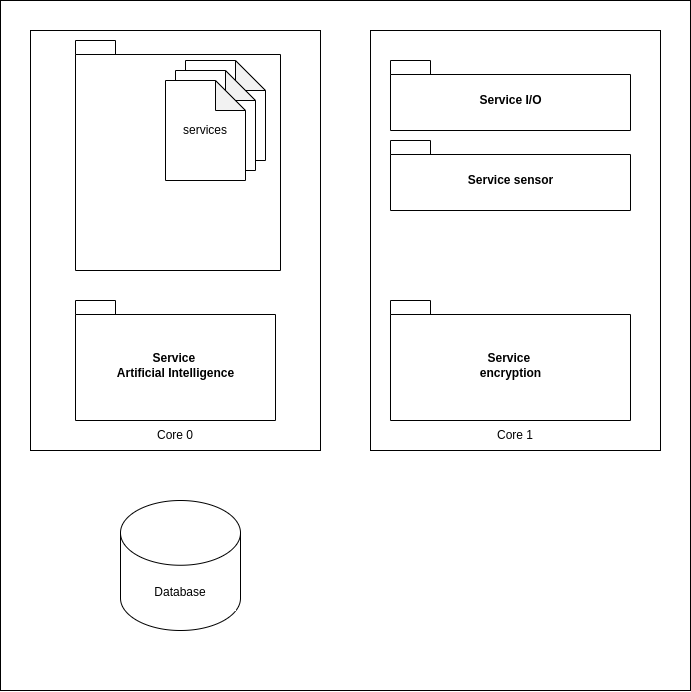
Before: 02_Architecture_Modelisation/images/deployment_diagram.png, a diagram exported from draw.io (KureciPlatek/Project_BacaSable). Source tidied: cells renumbered, new cells last; positions are measured from the earlier drawing's top-left corner, leaving out a move shared by most shapes. Its diagram source:
```xml
<mxGraphModel>
  <root>
    <mxCell id="0" />
    <mxCell id="1" parent="0" />
    <mxCell id="2" style="whiteSpace=wrap;html=1;" parent="1" vertex="1">
      <mxGeometry width="690" height="690" as="geometry" />
    </mxCell>
    <mxCell id="3" style="group;" parent="1" vertex="1">
      <mxGeometry x="370" y="30" width="290" height="420" as="geometry" />
    </mxCell>
    <mxCell id="4" value="&lt;br&gt;&lt;br&gt;&lt;br&gt;&lt;br&gt;&lt;br&gt;&lt;br&gt;&lt;br&gt;&lt;br&gt;&lt;br&gt;&lt;br&gt;&lt;br&gt;&lt;br&gt;&lt;br&gt;&lt;br&gt;&lt;br&gt;&lt;br&gt;&lt;br&gt;&lt;br&gt;&lt;br&gt;&lt;br&gt;&lt;br&gt;&lt;br&gt;&lt;br&gt;&lt;br&gt;&lt;br&gt;&lt;br&gt;&lt;br&gt;Core 1" style="rounded=0;whiteSpace=wrap;html=1;" parent="3" vertex="1">
      <mxGeometry width="290" height="420" as="geometry" />
    </mxCell>
    <mxCell id="5" value="Service I/O" style="shape=folder;fontStyle=1;spacingTop=10;tabWidth=40;tabHeight=14;tabPosition=left;html=1;" parent="3" vertex="1">
      <mxGeometry x="20" y="30" width="240" height="70" as="geometry" />
    </mxCell>
    <mxCell id="6" value="Service sensor" style="shape=folder;fontStyle=1;spacingTop=10;tabWidth=40;tabHeight=14;tabPosition=left;html=1;" parent="3" vertex="1">
      <mxGeometry x="20" y="110" width="240" height="70" as="geometry" />
    </mxCell>
    <mxCell id="7" value="Service &lt;br&gt;encryption" style="shape=folder;fontStyle=1;spacingTop=10;tabWidth=40;tabHeight=14;tabPosition=left;html=1;" parent="3" vertex="1">
      <mxGeometry x="20" y="270" width="240" height="120" as="geometry" />
    </mxCell>
    <mxCell id="8" style="group;" parent="1" vertex="1">
      <mxGeometry x="30" y="30" width="645" height="640" as="geometry" />
    </mxCell>
    <mxCell id="9" value="&lt;br&gt;&lt;br&gt;&lt;br&gt;&lt;br&gt;&lt;br&gt;&lt;br&gt;&lt;br&gt;&lt;br&gt;&lt;br&gt;&lt;br&gt;&lt;br&gt;&lt;br&gt;&lt;br&gt;&lt;br&gt;&lt;br&gt;&lt;br&gt;&lt;br&gt;&lt;br&gt;&lt;br&gt;&lt;br&gt;&lt;br&gt;&lt;br&gt;&lt;br&gt;&lt;br&gt;&lt;br&gt;&lt;br&gt;&lt;br&gt;Core 0" style="rounded=0;whiteSpace=wrap;html=1;" parent="8" vertex="1">
      <mxGeometry width="290" height="420" as="geometry" />
    </mxCell>
    <mxCell id="10" value="Service &lt;br&gt;Artificial Intelligence" style="shape=folder;fontStyle=1;spacingTop=10;tabWidth=40;tabHeight=14;tabPosition=left;html=1;" parent="8" vertex="1">
      <mxGeometry x="45" y="270" width="200" height="120" as="geometry" />
    </mxCell>
    <mxCell id="11" value="&#10;&#10;&#10;&#10;&#10;&#10;&#10;" style="group;" parent="8" vertex="1">
      <mxGeometry x="45" y="10" width="600" height="630" as="geometry" />
    </mxCell>
    <mxCell id="12" style="group;" parent="11" vertex="1">
      <mxGeometry width="205" height="230" as="geometry" />
    </mxCell>
    <mxCell id="13" style="shape=folder;fontStyle=1;spacingTop=10;tabWidth=40;tabHeight=14;tabPosition=left;html=1;" parent="12" vertex="1">
      <mxGeometry width="205" height="230" as="geometry" />
    </mxCell>
    <mxCell id="14" style="shape=note;whiteSpace=wrap;html=1;backgroundOutline=1;darkOpacity=0.05;" parent="12" vertex="1">
      <mxGeometry x="110" y="20" width="80" height="100" as="geometry" />
    </mxCell>
    <mxCell id="15" style="shape=note;whiteSpace=wrap;html=1;backgroundOutline=1;darkOpacity=0.05;" parent="12" vertex="1">
      <mxGeometry x="100" y="30" width="80" height="100" as="geometry" />
    </mxCell>
    <mxCell id="16" value="services" style="shape=note;whiteSpace=wrap;html=1;backgroundOutline=1;darkOpacity=0.05;" parent="12" vertex="1">
      <mxGeometry x="90" y="40" width="80" height="100" as="geometry" />
    </mxCell>
    <mxCell id="17" value="Database" style="shape=cylinder3;whiteSpace=wrap;html=1;boundedLbl=1;backgroundOutline=1;size=32.380952380952294;" parent="1" vertex="1">
      <mxGeometry x="120" y="500" width="120" height="130" as="geometry" />
    </mxCell>
  </root>
</mxGraphModel>
```
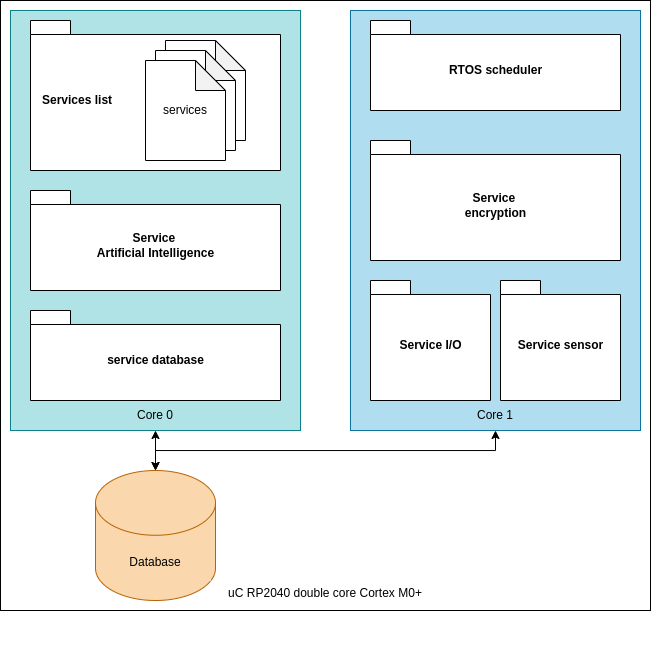
Above is the later version.

Commit message:
Added deployment view diagram

Deployment diagram added in earlier phase of project to have an
idea how is the infrastructure and help design the rest of the
architecture. HIGH chances of modifications in the future

Change to the diagram source:
```diff
@@ -2,42 +2,45 @@
   <root>
     <mxCell id="0" />
     <mxCell id="1" parent="0" />
-    <mxCell id="2" style="whiteSpace=wrap;html=1;" parent="1" vertex="1">
-      <mxGeometry width="690" height="690" as="geometry" />
-    </mxCell>
+    <mxCell id="18" value="&lt;br&gt;&lt;br&gt;&lt;br&gt;&lt;br&gt;&lt;br&gt;&lt;br&gt;&lt;br&gt;&lt;br&gt;&lt;br&gt;&lt;br&gt;&lt;br&gt;&lt;br&gt;&lt;br&gt;&lt;br&gt;&lt;br&gt;&lt;br&gt;&lt;br&gt;&lt;br&gt;&lt;br&gt;&lt;br&gt;&lt;br&gt;&lt;br&gt;&lt;br&gt;&lt;br&gt;&lt;br&gt;&lt;br&gt;&lt;br&gt;&lt;br&gt;&lt;br&gt;&lt;br&gt;&lt;br&gt;&lt;br&gt;&lt;br&gt;&lt;br&gt;&lt;br&gt;&lt;br&gt;&lt;br&gt;&lt;br&gt;&lt;br&gt;&lt;br&gt;uC RP2040 double core Cortex M0+" style="rounded=0;whiteSpace=wrap;html=1;" parent="1" vertex="1">
+      <mxGeometry x="20" y="20" width="650" height="610" as="geometry" />
+    </mxCell>
-    <mxCell id="3" style="group;" parent="1" vertex="1">
+    <mxCell id="3" style="group;fillColor=#b1ddf0;strokeColor=#10739e;" parent="1" vertex="1">
       <mxGeometry x="370" y="30" width="290" height="420" as="geometry" />
     </mxCell>
-    <mxCell id="4" value="&lt;br&gt;&lt;br&gt;&lt;br&gt;&lt;br&gt;&lt;br&gt;&lt;br&gt;&lt;br&gt;&lt;br&gt;&lt;br&gt;&lt;br&gt;&lt;br&gt;&lt;br&gt;&lt;br&gt;&lt;br&gt;&lt;br&gt;&lt;br&gt;&lt;br&gt;&lt;br&gt;&lt;br&gt;&lt;br&gt;&lt;br&gt;&lt;br&gt;&lt;br&gt;&lt;br&gt;&lt;br&gt;&lt;br&gt;&lt;br&gt;Core 1" style="rounded=0;whiteSpace=wrap;html=1;" parent="3" vertex="1">
+    <mxCell id="4" value="&lt;br&gt;&lt;br&gt;&lt;br&gt;&lt;br&gt;&lt;br&gt;&lt;br&gt;&lt;br&gt;&lt;br&gt;&lt;br&gt;&lt;br&gt;&lt;br&gt;&lt;br&gt;&lt;br&gt;&lt;br&gt;&lt;br&gt;&lt;br&gt;&lt;br&gt;&lt;br&gt;&lt;br&gt;&lt;br&gt;&lt;br&gt;&lt;br&gt;&lt;br&gt;&lt;br&gt;&lt;br&gt;&lt;br&gt;&lt;br&gt;Core 1" style="rounded=0;whiteSpace=wrap;html=1;fillColor=#b1ddf0;strokeColor=#10739e;" parent="3" vertex="1">
       <mxGeometry width="290" height="420" as="geometry" />
     </mxCell>
     <mxCell id="5" value="Service I/O" style="shape=folder;fontStyle=1;spacingTop=10;tabWidth=40;tabHeight=14;tabPosition=left;html=1;" parent="3" vertex="1">
-      <mxGeometry x="20" y="30" width="240" height="70" as="geometry" />
+      <mxGeometry x="20" y="270" width="120" height="120" as="geometry" />
     </mxCell>
     <mxCell id="6" value="Service sensor" style="shape=folder;fontStyle=1;spacingTop=10;tabWidth=40;tabHeight=14;tabPosition=left;html=1;" parent="3" vertex="1">
-      <mxGeometry x="20" y="110" width="240" height="70" as="geometry" />
+      <mxGeometry x="150" y="270" width="120" height="120" as="geometry" />
     </mxCell>
     <mxCell id="7" value="Service &lt;br&gt;encryption" style="shape=folder;fontStyle=1;spacingTop=10;tabWidth=40;tabHeight=14;tabPosition=left;html=1;" parent="3" vertex="1">
-      <mxGeometry x="20" y="270" width="240" height="120" as="geometry" />
+      <mxGeometry x="20" y="130" width="250" height="120" as="geometry" />
     </mxCell>
+    <mxCell id="19" value="RTOS scheduler" style="shape=folder;fontStyle=1;spacingTop=10;tabWidth=40;tabHeight=14;tabPosition=left;html=1;" parent="3" vertex="1">
+      <mxGeometry x="20" y="10" width="250" height="90" as="geometry" />
+    </mxCell>
     <mxCell id="8" style="group;" parent="1" vertex="1">
       <mxGeometry x="30" y="30" width="645" height="640" as="geometry" />
     </mxCell>
-    <mxCell id="9" value="&lt;br&gt;&lt;br&gt;&lt;br&gt;&lt;br&gt;&lt;br&gt;&lt;br&gt;&lt;br&gt;&lt;br&gt;&lt;br&gt;&lt;br&gt;&lt;br&gt;&lt;br&gt;&lt;br&gt;&lt;br&gt;&lt;br&gt;&lt;br&gt;&lt;br&gt;&lt;br&gt;&lt;br&gt;&lt;br&gt;&lt;br&gt;&lt;br&gt;&lt;br&gt;&lt;br&gt;&lt;br&gt;&lt;br&gt;&lt;br&gt;Core 0" style="rounded=0;whiteSpace=wrap;html=1;" parent="8" vertex="1">
+    <mxCell id="9" value="&lt;br&gt;&lt;br&gt;&lt;br&gt;&lt;br&gt;&lt;br&gt;&lt;br&gt;&lt;br&gt;&lt;br&gt;&lt;br&gt;&lt;br&gt;&lt;br&gt;&lt;br&gt;&lt;br&gt;&lt;br&gt;&lt;br&gt;&lt;br&gt;&lt;br&gt;&lt;br&gt;&lt;br&gt;&lt;br&gt;&lt;br&gt;&lt;br&gt;&lt;br&gt;&lt;br&gt;&lt;br&gt;&lt;br&gt;&lt;br&gt;Core 0" style="rounded=0;whiteSpace=wrap;html=1;fillColor=#b0e3e6;strokeColor=#0e8088;" parent="8" vertex="1">
       <mxGeometry width="290" height="420" as="geometry" />
     </mxCell>
+    <mxCell id="13" value="&amp;nbsp; &amp;nbsp;Services list&amp;nbsp; &amp;nbsp; &amp;nbsp; &amp;nbsp; &amp;nbsp; &amp;nbsp; &amp;nbsp; &amp;nbsp; &amp;nbsp; &amp;nbsp; &amp;nbsp; &amp;nbsp; &amp;nbsp; &amp;nbsp; &amp;nbsp; &amp;nbsp; &amp;nbsp;" style="shape=folder;fontStyle=1;spacingTop=10;tabWidth=40;tabHeight=14;tabPosition=left;html=1;align=left;" parent="8" vertex="1">
+      <mxGeometry x="20" y="10" width="250" height="150" as="geometry" />
+    </mxCell>
     <mxCell id="10" value="Service &lt;br&gt;Artificial Intelligence" style="shape=folder;fontStyle=1;spacingTop=10;tabWidth=40;tabHeight=14;tabPosition=left;html=1;" parent="8" vertex="1">
-      <mxGeometry x="45" y="270" width="200" height="120" as="geometry" />
+      <mxGeometry x="20" y="180" width="250" height="100" as="geometry" />
     </mxCell>
     <mxCell id="11" value="&#10;&#10;&#10;&#10;&#10;&#10;&#10;" style="group;" parent="8" vertex="1">
       <mxGeometry x="45" y="10" width="600" height="630" as="geometry" />
     </mxCell>
     <mxCell id="12" style="group;" parent="11" vertex="1">
-      <mxGeometry width="205" height="230" as="geometry" />
+      <mxGeometry width="230" height="230" as="geometry" />
     </mxCell>
-    <mxCell id="13" style="shape=folder;fontStyle=1;spacingTop=10;tabWidth=40;tabHeight=14;tabPosition=left;html=1;" parent="12" vertex="1">
-      <mxGeometry width="205" height="230" as="geometry" />
-    </mxCell>
     <mxCell id="14" style="shape=note;whiteSpace=wrap;html=1;backgroundOutline=1;darkOpacity=0.05;" parent="12" vertex="1">
       <mxGeometry x="110" y="20" width="80" height="100" as="geometry" />
     </mxCell>
@@ -47,8 +50,17 @@
     <mxCell id="16" value="services" style="shape=note;whiteSpace=wrap;html=1;backgroundOutline=1;darkOpacity=0.05;" parent="12" vertex="1">
       <mxGeometry x="90" y="40" width="80" height="100" as="geometry" />
     </mxCell>
+    <mxCell id="20" value="service database" style="shape=folder;fontStyle=1;spacingTop=10;tabWidth=40;tabHeight=14;tabPosition=left;html=1;" parent="8" vertex="1">
+      <mxGeometry x="20" y="300" width="250" height="90" as="geometry" />
+    </mxCell>
-    <mxCell id="17" value="Database" style="shape=cylinder3;whiteSpace=wrap;html=1;boundedLbl=1;backgroundOutline=1;size=32.380952380952294;" parent="1" vertex="1">
-      <mxGeometry x="120" y="500" width="120" height="130" as="geometry" />
+    <mxCell id="17" value="Database" style="shape=cylinder3;whiteSpace=wrap;html=1;boundedLbl=1;backgroundOutline=1;size=32.380952380952294;fillColor=#fad7ac;strokeColor=#b46504;" parent="1" vertex="1">
+      <mxGeometry x="115" y="490" width="120" height="130" as="geometry" />
     </mxCell>
+    <mxCell id="21" style="endArrow=classic;html=1;rounded=0;exitX=0.5;exitY=1;exitDx=0;exitDy=0;entryX=0.5;entryY=0;entryDx=0;entryDy=0;entryPerimeter=0;edgeStyle=orthogonalEdgeStyle;startArrow=classic;startFill=1;" parent="1" edge="1" source="9" target="17">
+      <mxGeometry relative="1" as="geometry" />
+    </mxCell>
+    <mxCell id="22" style="endArrow=classic;html=1;rounded=0;exitX=0.5;exitY=1;exitDx=0;exitDy=0;entryX=0.5;entryY=0;entryDx=0;entryDy=0;entryPerimeter=0;edgeStyle=orthogonalEdgeStyle;startArrow=classic;startFill=1;" parent="1" edge="1" source="4" target="17">
+      <mxGeometry relative="1" as="geometry" />
+    </mxCell>
   </root>
 </mxGraphModel>
```
